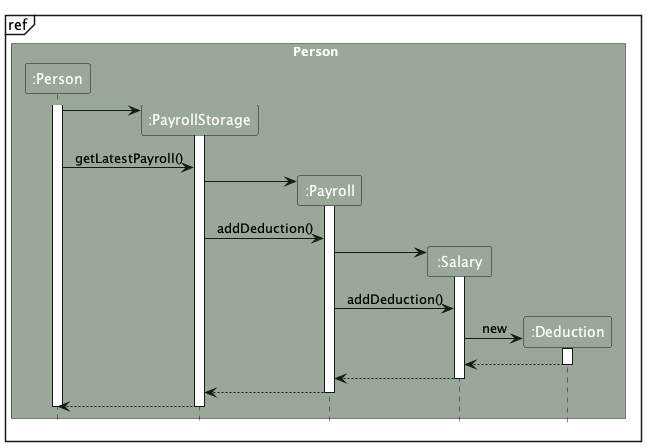
Earlier version of the PlantUML export docs/images/AddDeductionSequenceDiagram2.png (nus-cs2103-AY2324S1/tp). The source it was exported from:
```plantuml
@startuml
!include style.puml
skinparam ArrowFontStyle plain

mainframe ref
box Person PERSON_COLOR
participant ":Person" as Person PERSON_COLOR
participant ":PayrollStorage" as PayrollStorage PERSON_COLOR
participant ":Payroll" as Payroll PERSON_COLOR
participant ":Salary" as Salary PERSON_COLOR
participant ":Deduction" as Deduction PERSON_COLOR
end box

activate Person


create PayrollStorage
Person -> PayrollStorage
activate PayrollStorage

Person -> PayrollStorage : getLatestPayroll()
create Payroll
PayrollStorage -> Payroll :
activate Payroll

PayrollStorage -> Payroll : addDeduction()
create Salary
Payroll -> Salary :
activate Salary
Payroll -> Salary : addDeduction()
create Deduction
Salary -> Deduction : new
activate Deduction
Deduction --> Salary
deactivate Deduction
Salary --> Payroll :
deactivate Salary
Payroll --> PayrollStorage :
deactivate Payroll
PayrollStorage --> Person :
deactivate PayrollStorage

deactivate Person

@enduml
```
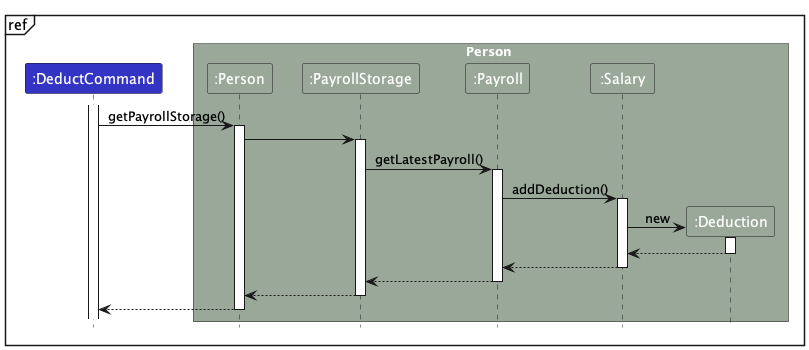
Later version of the same file.

The edit, as a diff of the source:
```diff
@@ -3,6 +3,9 @@
 skinparam ArrowFontStyle plain
 
 mainframe ref
+
+participant ":DeductCommand" as DeductCommand LOGIC_COLOR
+
 box Person PERSON_COLOR
 participant ":Person" as Person PERSON_COLOR
 participant ":PayrollStorage" as PayrollStorage PERSON_COLOR
@@ -11,23 +14,19 @@
 participant ":Deduction" as Deduction PERSON_COLOR
 end box
 
+activate DeductCommand
+DeductCommand -> Person : getPayrollStorage()
 activate Person
 
-
-create PayrollStorage
 Person -> PayrollStorage
 activate PayrollStorage
 
-Person -> PayrollStorage : getLatestPayroll()
-create Payroll
-PayrollStorage -> Payroll :
+PayrollStorage -> Payroll : getLatestPayroll()
 activate Payroll
 
-PayrollStorage -> Payroll : addDeduction()
-create Salary
-Payroll -> Salary :
+Payroll -> Salary : addDeduction()
 activate Salary
-Payroll -> Salary : addDeduction()
+
 create Deduction
 Salary -> Deduction : new
 activate Deduction
@@ -35,11 +34,13 @@
 deactivate Deduction
 Salary --> Payroll :
 deactivate Salary
+
 Payroll --> PayrollStorage :
 deactivate Payroll
 PayrollStorage --> Person :
 deactivate PayrollStorage
 
+Person --> DeductCommand :
 deactivate Person
 
 @enduml
```
